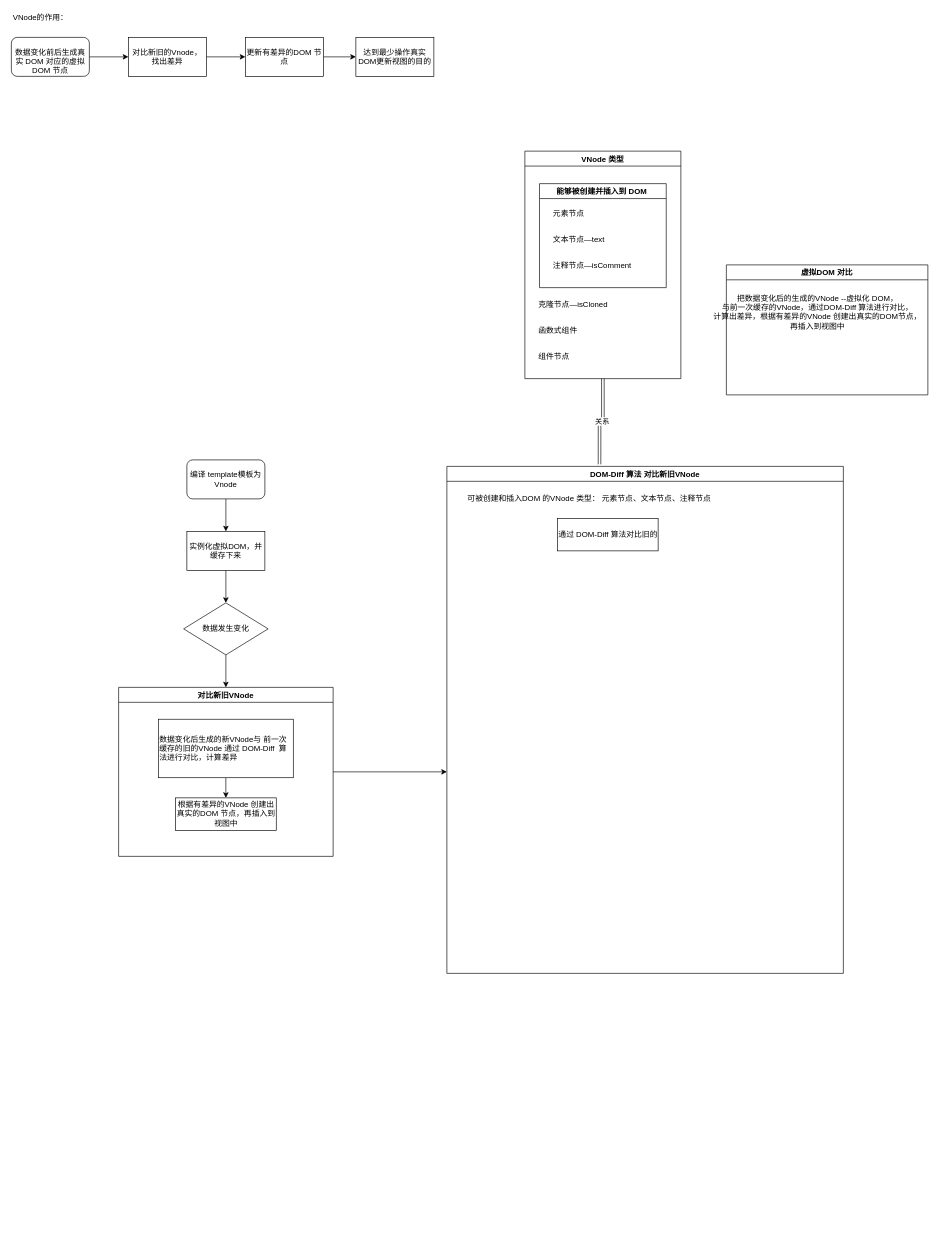
orangegzx/gzx keeps this draw.io diagram as Untitled Diagram.drawio. Above is the earlier version. Source tidied: cells renumbered, new cells numbered last; positions are measured from the earlier drawing's top-left corner, leaving out a move shared by most shapes. Both pictures are drawn from the tidied source at 65%, with x=0, y=0 at pixel (11, 11).
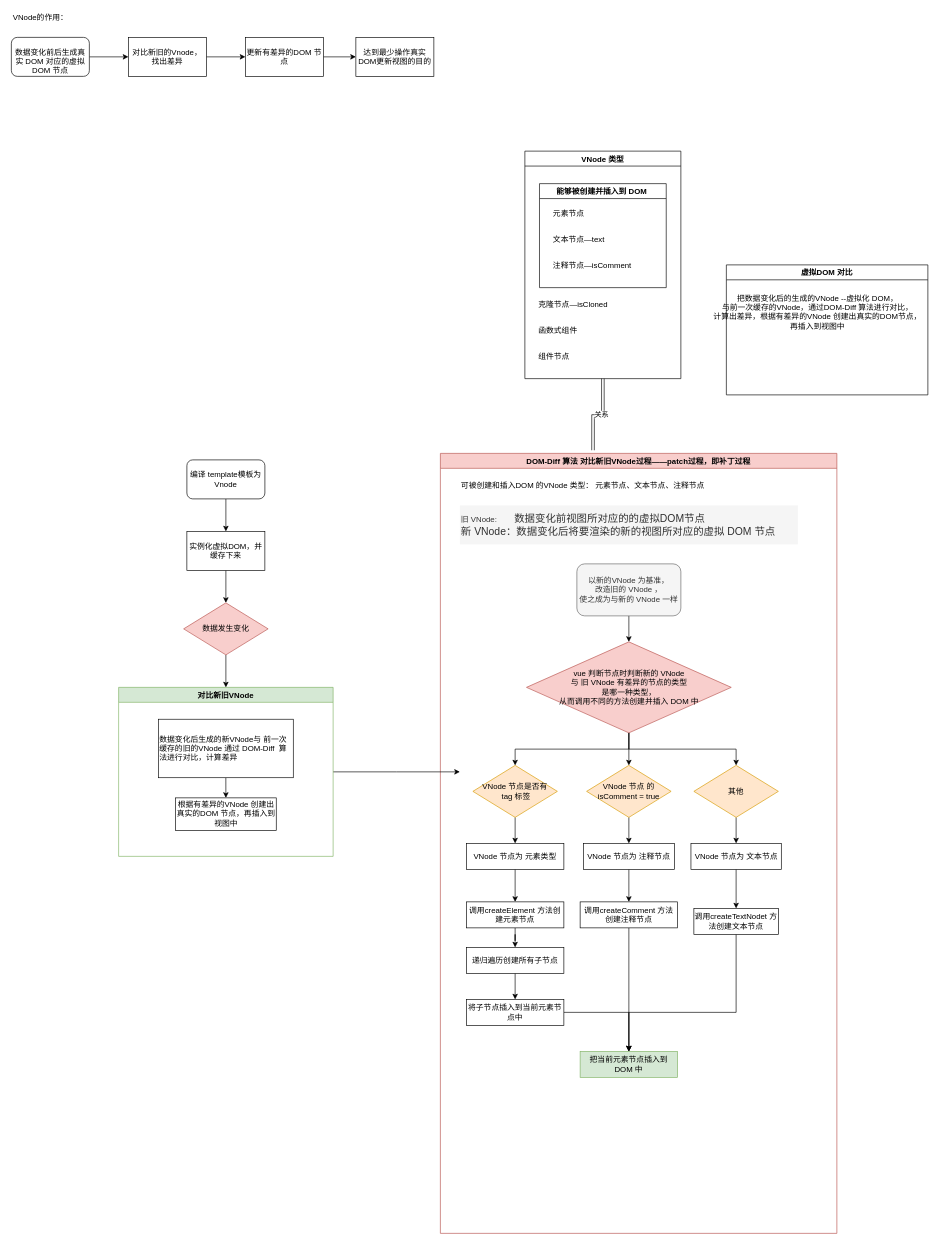
The same diagram, later.

What changed in the source:
```diff
@@
-    <mxCell id="9" value="&lt;span&gt;数据发生变化&lt;/span&gt;" style="rhombus;whiteSpace=wrap;html=1;" parent="1" vertex="1">
+    <mxCell id="9" value="&lt;span&gt;数据发生变化&lt;/span&gt;" style="rhombus;whiteSpace=wrap;html=1;fillColor=#f8cecc;strokeColor=#b85450;" parent="1" vertex="1">
       <mxGeometry x="265" y="910" width="130" height="80" as="geometry" />
     </mxCell>
@@
-    <mxCell id="18" value="DOM-Diff 算法 对比新旧VNode" style="swimlane;" parent="1" vertex="1">
-      <mxGeometry x="670" y="700" width="610" height="780" as="geometry" />
+    <mxCell id="18" value="DOM-Diff 算法 对比新旧VNode过程——patch过程，即补丁过程" style="swimlane;fillColor=#f8cecc;strokeColor=#b85450;" parent="1" vertex="1">
+      <mxGeometry x="660" y="680" width="610" height="1200" as="geometry" />
     </mxCell>
+    <mxCell id="36" style="edgeStyle=orthogonalEdgeStyle;rounded=0;jettySize=auto;html=1;" parent="18" edge="1" source="19" target="55">
+      <mxGeometry relative="1" as="geometry" />
+    </mxCell>
-    <mxCell id="19" value="通过 DOM-Diff 算法对比旧的" style="rounded=0;whiteSpace=wrap;html=1;align=left;" parent="18" vertex="1">
-      <mxGeometry x="170" y="80" width="155" height="50" as="geometry" />
+    <mxCell id="19" value="VNode 节点为 元素类型" style="rounded=0;whiteSpace=wrap;html=1;align=center;" parent="18" vertex="1">
+      <mxGeometry x="40" y="600" width="150" height="40" as="geometry" />
     </mxCell>
@@
+    <mxCell id="37" style="edgeStyle=orthogonalEdgeStyle;rounded=0;jettySize=auto;html=1;entryX=0.5;entryY=0;entryDx=0;entryDy=0;" parent="18" edge="1" source="39" target="48">
+      <mxGeometry relative="1" as="geometry" />
+    </mxCell>
+    <mxCell id="38" style="edgeStyle=orthogonalEdgeStyle;rounded=0;jettySize=auto;html=1;entryX=0.5;entryY=0;entryDx=0;entryDy=0;" parent="18" edge="1" source="39" target="50">
+      <mxGeometry relative="1" as="geometry" />
+    </mxCell>
+    <mxCell id="39" value="vue 判断节点时判断新的 VNode &lt;br&gt;与 旧 VNode 有差异的节点的类型&lt;br&gt;是哪一种类型，&lt;br&gt;从而调用不同的方法创建并插入 DOM 中" style="rhombus;whiteSpace=wrap;html=1;align=center;fillColor=#f8cecc;strokeColor=#b85450;" parent="18" vertex="1">
+      <mxGeometry x="132.5" y="290" width="315" height="140" as="geometry" />
+    </mxCell>
+    <mxCell id="40" value="旧 VNode:&amp;nbsp; &amp;nbsp; &amp;nbsp; &amp;nbsp;&amp;nbsp;&lt;span style=&quot;color: rgb(48 , 48 , 48) ; font-family: &amp;#34;stsong&amp;#34; ; font-size: 12pt&quot;&gt;数据变化前视图所对应的的虚拟DOM节点&lt;br&gt;新 VNode：&lt;/span&gt;&lt;span style=&quot;color: rgb(48 , 48 , 48) ; font-family: &amp;#34;stsong&amp;#34; ; font-size: 12pt&quot;&gt;数据变化后将要渲染的新的视图所对应的虚拟 DOM 节点&lt;/span&gt;" style="text;html=1;strokeColor=none;fillColor=#f5f5f5;align=left;verticalAlign=middle;whiteSpace=wrap;rounded=0;fontColor=#333333;strokeWidth=0;dashed=1;" parent="18" vertex="1">
+      <mxGeometry x="30" y="80" width="520" height="60" as="geometry" />
+    </mxCell>
+    <mxCell id="41" style="edgeStyle=orthogonalEdgeStyle;rounded=0;jettySize=auto;html=1;entryX=0.5;entryY=0;entryDx=0;entryDy=0;" parent="18" edge="1" source="42" target="39">
+      <mxGeometry relative="1" as="geometry" />
+    </mxCell>
+    <mxCell id="42" value="&lt;span&gt;以新的VNode 为基准，&lt;/span&gt;&lt;br&gt;&lt;span&gt;改造旧的 VNode ，&lt;/span&gt;&lt;br&gt;&lt;span&gt;使之成为与新的 VNode 一样&lt;/span&gt;" style="rounded=1;whiteSpace=wrap;html=1;fillColor=#f5f5f5;fontColor=#333333;strokeColor=#666666;" parent="18" vertex="1">
+      <mxGeometry x="210" y="170" width="160" height="80" as="geometry" />
+    </mxCell>
+    <mxCell id="43" style="edgeStyle=orthogonalEdgeStyle;rounded=0;jettySize=auto;html=1;" parent="18" edge="1" source="44" target="62">
+      <mxGeometry relative="1" as="geometry" />
+    </mxCell>
+    <mxCell id="44" value="VNode 节点为 注释节点" style="rounded=0;whiteSpace=wrap;html=1;align=center;" parent="18" vertex="1">
+      <mxGeometry x="220" y="600" width="140" height="40" as="geometry" />
+    </mxCell>
+    <mxCell id="45" style="edgeStyle=orthogonalEdgeStyle;rounded=0;jettySize=auto;html=1;" parent="18" edge="1" source="46" target="64">
+      <mxGeometry relative="1" as="geometry" />
+    </mxCell>
+    <mxCell id="46" value="VNode 节点为 文本节点" style="rounded=0;whiteSpace=wrap;html=1;align=center;" parent="18" vertex="1">
+      <mxGeometry x="385.5" y="600" width="139" height="40" as="geometry" />
+    </mxCell>
+    <mxCell id="47" style="edgeStyle=orthogonalEdgeStyle;rounded=0;jettySize=auto;html=1;" parent="18" edge="1" source="48" target="19">
+      <mxGeometry relative="1" as="geometry" />
+    </mxCell>
+    <mxCell id="48" value="VNode 节点是否有&lt;br&gt;&amp;nbsp;tag 标签" style="rhombus;whiteSpace=wrap;html=1;fillColor=#ffe6cc;strokeColor=#d79b00;" parent="18" vertex="1">
+      <mxGeometry x="50" y="480" width="130" height="80" as="geometry" />
+    </mxCell>
+    <mxCell id="49" style="edgeStyle=orthogonalEdgeStyle;rounded=0;jettySize=auto;html=1;" parent="18" edge="1" source="50" target="44">
+      <mxGeometry relative="1" as="geometry" />
+    </mxCell>
+    <mxCell id="50" value="VNode 节点 的 isComment = true" style="rhombus;whiteSpace=wrap;html=1;fillColor=#ffe6cc;strokeColor=#d79b00;" parent="18" vertex="1">
+      <mxGeometry x="225" y="480" width="130" height="80" as="geometry" />
+    </mxCell>
+    <mxCell id="51" style="edgeStyle=orthogonalEdgeStyle;rounded=0;jettySize=auto;html=1;" parent="18" edge="1" source="52" target="46">
+      <mxGeometry relative="1" as="geometry" />
+    </mxCell>
+    <mxCell id="52" value="其他" style="rhombus;whiteSpace=wrap;html=1;fillColor=#ffe6cc;strokeColor=#d79b00;" parent="18" vertex="1">
+      <mxGeometry x="390" y="480" width="130" height="80" as="geometry" />
+    </mxCell>
+    <mxCell id="53" style="edgeStyle=orthogonalEdgeStyle;rounded=0;jettySize=auto;html=1;entryX=0.5;entryY=0;entryDx=0;entryDy=0;" parent="18" edge="1" source="39" target="52">
+      <mxGeometry relative="1" as="geometry" />
+    </mxCell>
+    <mxCell id="54" style="edgeStyle=orthogonalEdgeStyle;rounded=0;jettySize=auto;html=1;entryX=0.5;entryY=0;entryDx=0;entryDy=0;" parent="18" edge="1" source="55" target="57">
+      <mxGeometry relative="1" as="geometry" />
+    </mxCell>
+    <mxCell id="55" value="调用createElement 方法创建元素节点" style="rounded=0;whiteSpace=wrap;html=1;align=center;" parent="18" vertex="1">
+      <mxGeometry x="40" y="690" width="150" height="40" as="geometry" />
+    </mxCell>
+    <mxCell id="56" style="edgeStyle=orthogonalEdgeStyle;rounded=0;jettySize=auto;html=1;entryX=0.5;entryY=0;entryDx=0;entryDy=0;" parent="18" edge="1" source="57" target="59">
+      <mxGeometry relative="1" as="geometry" />
+    </mxCell>
+    <mxCell id="57" value="递归遍历创建所有子节点" style="rounded=0;whiteSpace=wrap;html=1;align=center;" parent="18" vertex="1">
+      <mxGeometry x="40" y="760" width="150" height="40" as="geometry" />
+    </mxCell>
+    <mxCell id="58" style="edgeStyle=orthogonalEdgeStyle;rounded=0;jettySize=auto;html=1;exitX=1;exitY=0.5;exitDx=0;exitDy=0;" parent="18" edge="1" source="59" target="60">
+      <mxGeometry relative="1" as="geometry" />
+    </mxCell>
+    <mxCell id="59" value="将子节点插入到当前元素节点中" style="rounded=0;whiteSpace=wrap;html=1;align=center;" parent="18" vertex="1">
+      <mxGeometry x="40" y="840" width="150" height="40" as="geometry" />
+    </mxCell>
+    <mxCell id="60" value="把当前元素节点插入到 DOM 中" style="rounded=0;whiteSpace=wrap;html=1;align=center;fillColor=#d5e8d4;strokeColor=#82b366;" parent="18" vertex="1">
+      <mxGeometry x="215" y="920" width="150" height="40" as="geometry" />
+    </mxCell>
+    <mxCell id="61" style="edgeStyle=orthogonalEdgeStyle;rounded=0;jettySize=auto;html=1;" parent="18" edge="1" source="62" target="60">
+      <mxGeometry relative="1" as="geometry" />
+    </mxCell>
+    <mxCell id="62" value="调用createComment 方法创建注释节点" style="rounded=0;whiteSpace=wrap;html=1;align=center;" parent="18" vertex="1">
+      <mxGeometry x="215" y="690" width="150" height="40" as="geometry" />
+    </mxCell>
+    <mxCell id="63" style="edgeStyle=orthogonalEdgeStyle;rounded=0;jettySize=auto;html=1;entryX=0.5;entryY=0;entryDx=0;entryDy=0;" parent="18" edge="1" source="64" target="60">
+      <mxGeometry relative="1" as="geometry">
+        <Array as="points">
+          <mxPoint x="455" y="860" />
+          <mxPoint x="290" y="860" />
+        </Array>
+      </mxGeometry>
+    </mxCell>
+    <mxCell id="64" value="调用createTextNodet 方法创建文本节点" style="rounded=0;whiteSpace=wrap;html=1;align=center;" parent="18" vertex="1">
+      <mxGeometry x="390" y="700" width="130" height="40" as="geometry" />
+    </mxCell>
@@
     <mxCell id="31" style="edgeStyle=orthogonalEdgeStyle;rounded=0;jettySize=auto;html=1;" parent="1" edge="1" source="32">
       <mxGeometry relative="1" as="geometry">
-        <mxPoint x="670" y="1170" as="targetPoint" />
+        <mxPoint x="690" y="1170" as="targetPoint" />
       </mxGeometry>
     </mxCell>
-    <mxCell id="32" value="对比新旧VNode" style="swimlane;" parent="1" vertex="1">
+    <mxCell id="32" value="对比新旧VNode" style="swimlane;fillColor=#d5e8d4;strokeColor=#82b366;" parent="1" vertex="1">
       <mxGeometry x="165" y="1040" width="330" height="260" as="geometry" />
     </mxCell>
```
